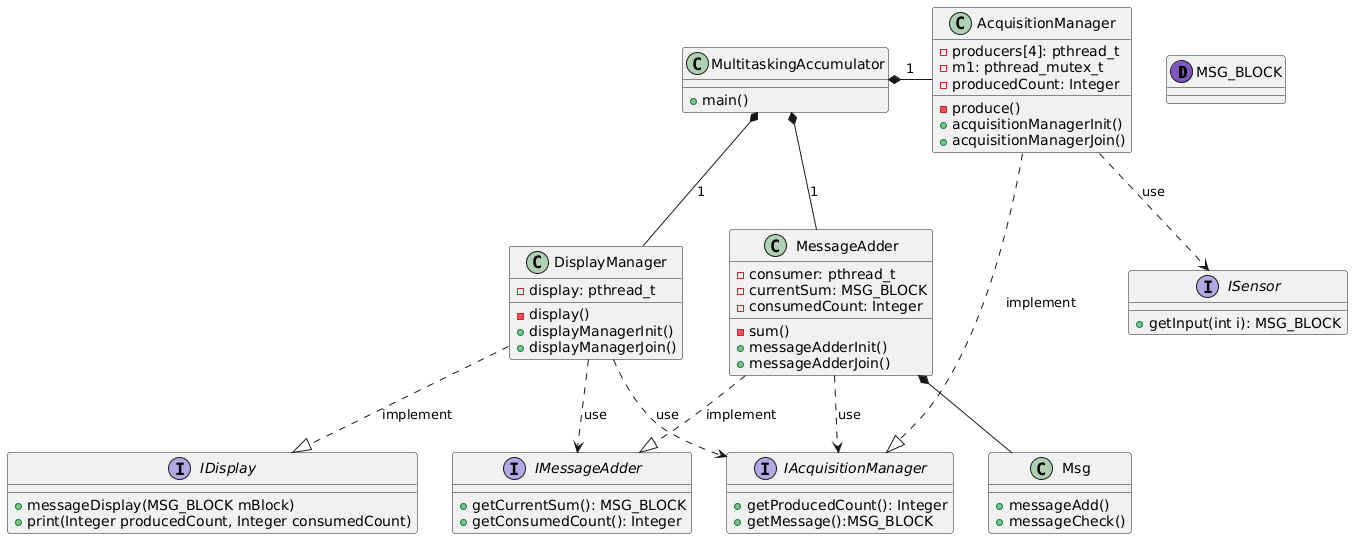
Above: exercice-1/diagrams/multitaskingAccumulatorClassDiagram.png in hiind17000/multitasking_training_practical_work (PlantUML), before the change. Source of this version:
```plantuml
@startuml

dataclass MSG_BLOCK

class MultitaskingAccumulator
MultitaskingAccumulator : + main()

interface ISensor
ISensor : + getInput(int i): MSG_BLOCK

interface IAcquisitionManager
IAcquisitionManager : + getProducedCount(): Integer
IAcquisitionManager : + getMessage():MSG_BLOCK

class AcquisitionManager
AcquisitionManager : - producers[4]: pthread_t
AcquisitionManager : - m1: pthread_mutex_t
AcquisitionManager : - producedCount: Integer
AcquisitionManager : - produce()
AcquisitionManager : + acquisitionManagerInit()
AcquisitionManager : + acquisitionManagerJoin()

interface IMessageAdder
IMessageAdder : + getCurrentSum(): MSG_BLOCK
IMessageAdder : + getConsumedCount(): Integer

class MessageAdder
MessageAdder : - consumer: pthread_t
MessageAdder : - currentSum: MSG_BLOCK
MessageAdder : - consumedCount: Integer
MessageAdder : - sum()
MessageAdder : + messageAdderInit()
MessageAdder : + messageAdderJoin()

class Msg
Msg : + messageAdd()
Msg : + messageCheck()

interface IDisplay
IDisplay : + messageDisplay(MSG_BLOCK mBlock)
IDisplay : + print(Integer producedCount, Integer consumedCount)

class DisplayManager
DisplayManager : - display: pthread_t
DisplayManager : - display()
DisplayManager : + displayManagerInit()
DisplayManager : + displayManagerJoin()

AcquisitionManager .d.> ISensor : use
AcquisitionManager .r.|> IAcquisitionManager : implement

MessageAdder .r.|> IMessageAdder : implement
MessageAdder *-d- Msg

DisplayManager .d.|> IDisplay : implement

MessageAdder ..> IAcquisitionManager : use
DisplayManager ..> IMessageAdder : use
DisplayManager ..> IAcquisitionManager : use


MultitaskingAccumulator *-r- AcquisitionManager : 1
MultitaskingAccumulator *-r- MessageAdder : 1
MultitaskingAccumulator *-d- DisplayManager : 1

@enduml
```
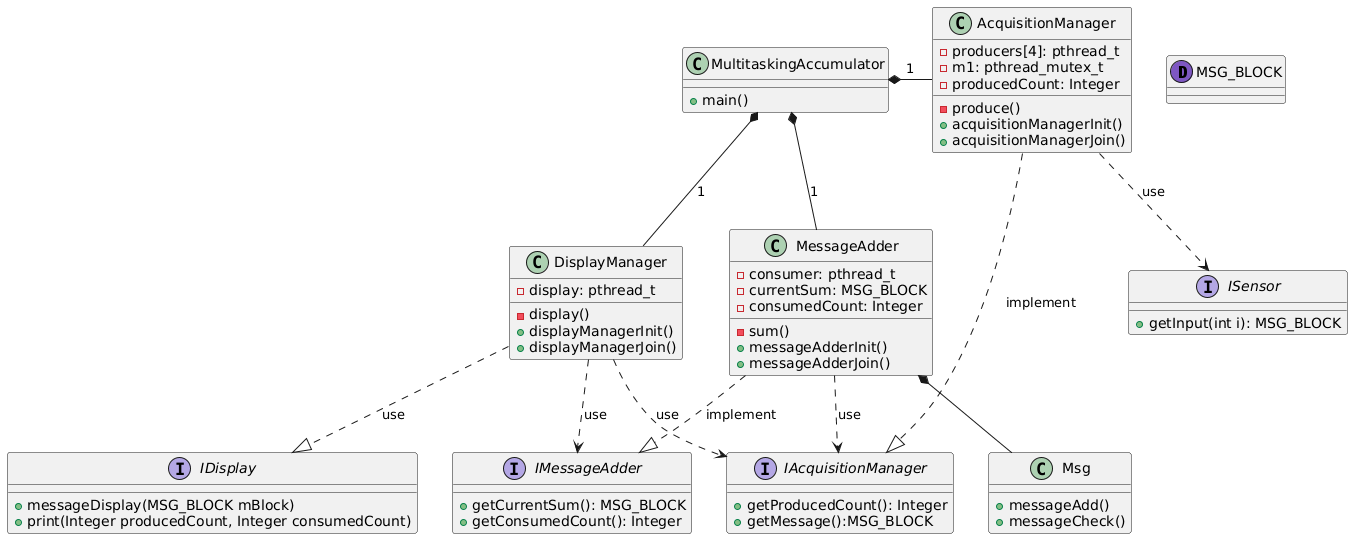
Later version of the same file.

Change to the diagram source:
```diff
@@ -52,7 +52,7 @@
 MessageAdder .r.|> IMessageAdder : implement
 MessageAdder *-d- Msg
 
-DisplayManager .d.|> IDisplay : implement
+DisplayManager .d.|> IDisplay : use
 
 MessageAdder ..> IAcquisitionManager : use
 DisplayManager ..> IMessageAdder : use
```
